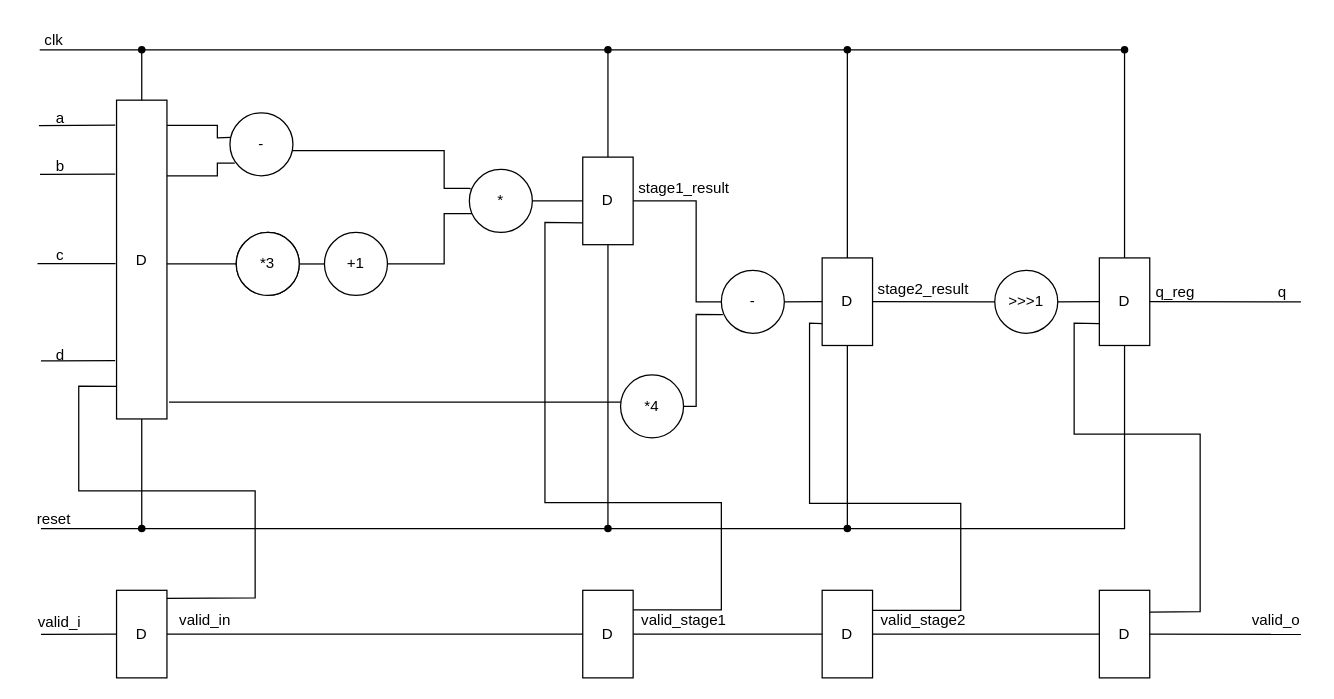
Before: test_impulse_schem.drawio in lanDo403/test_impulse, a draw.io diagram. Source tidied: cells renumbered, new cells numbered last; positions are measured from the earlier drawing's top-left corner, leaving out a move shared by most shapes. Both pictures are drawn from the tidied source at 126%, with x=0, y=0 at pixel (21, 21).
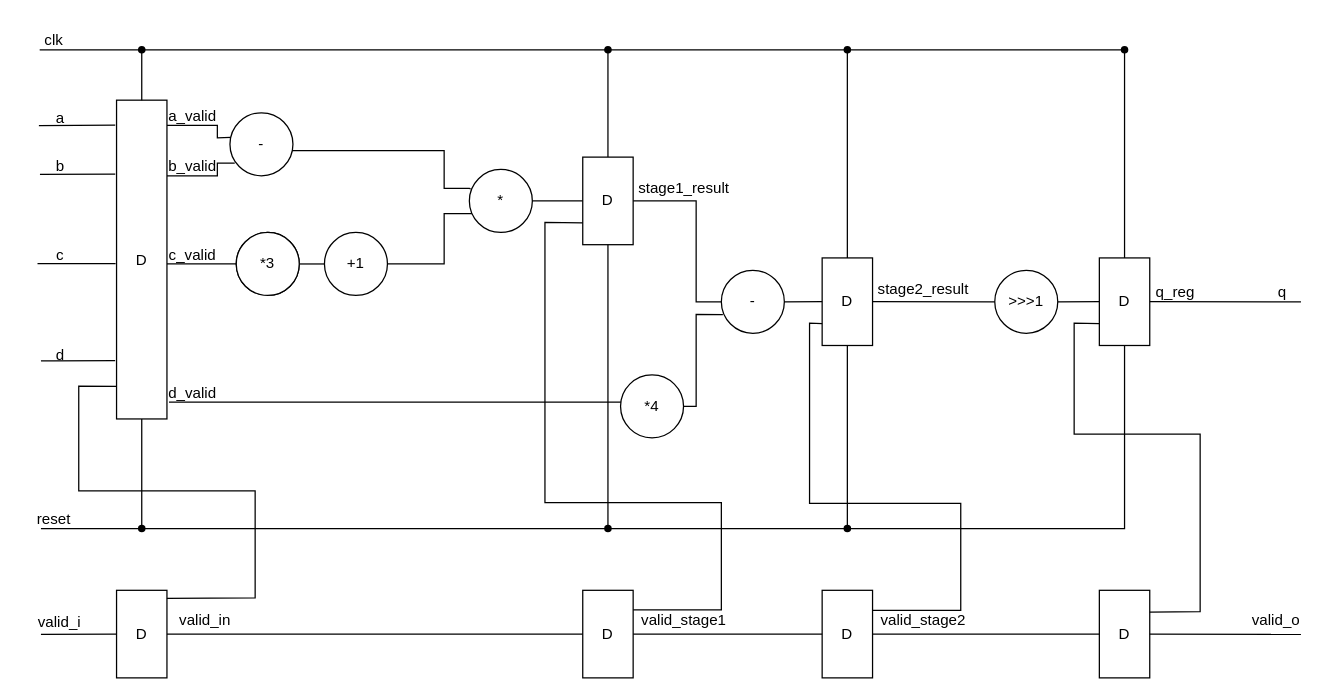
The same page after the edit.

The edit, as a diff of the source:
```diff
@@
+    <mxCell id="79" value="d_valid" style="text;html=1;align=center;verticalAlign=middle;strokeColor=none;fillColor=none;" parent="1" vertex="1">
+      <mxGeometry x="105" y="280" width="60" height="30" as="geometry" />
+    </mxCell>
+    <mxCell id="80" value="c_valid" style="text;html=1;align=center;verticalAlign=middle;strokeColor=none;fillColor=none;" parent="1" vertex="1">
+      <mxGeometry x="105" y="170" width="60" height="30" as="geometry" />
+    </mxCell>
+    <mxCell id="81" value="b_valid" style="text;html=1;align=center;verticalAlign=middle;strokeColor=none;fillColor=none;" parent="1" vertex="1">
+      <mxGeometry x="105" y="100" width="60" height="30" as="geometry" />
+    </mxCell>
+    <mxCell id="82" value="a_valid" style="text;html=1;align=center;verticalAlign=middle;strokeColor=none;fillColor=none;" parent="1" vertex="1">
+      <mxGeometry x="105" y="60" width="60" height="30" as="geometry" />
+    </mxCell>
```
